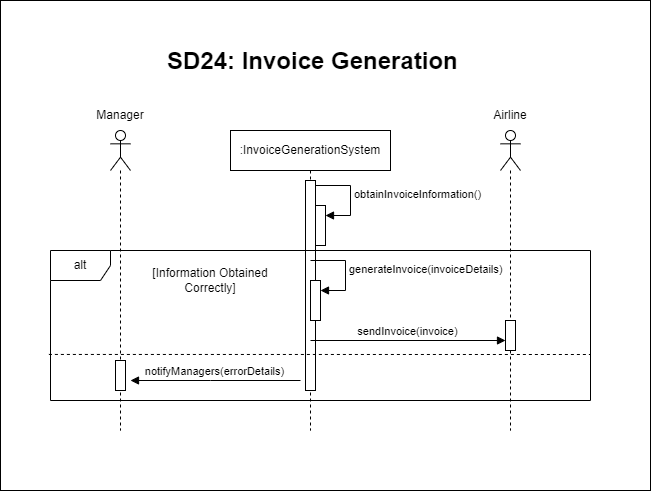
This is Diagramms/Sequence Diagrams/SequenceDiagram24.png from Smr002/Group01_Airport_Management_System, a draw.io export, as it was before one commit. Source tidied: cells renumbered, new cells last; positions are measured from the earlier drawing's top-left corner, leaving out a move shared by most shapes.
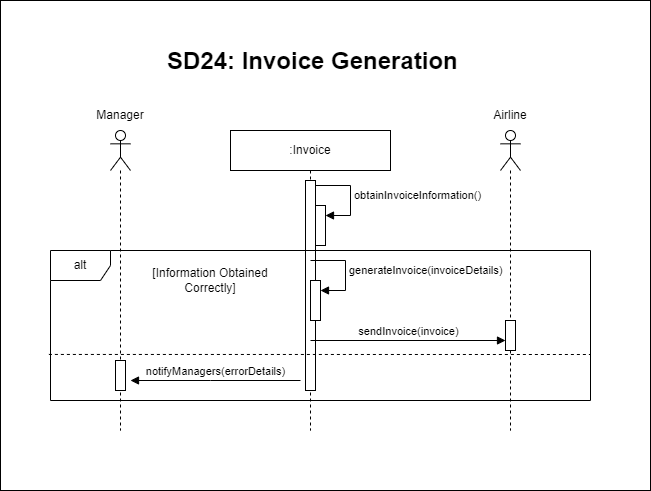
Later version of the same file.

What changed in the source:
```diff
@@ -17,7 +17,7 @@
     <mxCell id="6" value="Manager" style="text;strokeColor=none;align=center;fillColor=none;html=1;verticalAlign=middle;whiteSpace=wrap;rounded=0;" parent="1" vertex="1">
       <mxGeometry x="90" y="100" width="60" height="30" as="geometry" />
     </mxCell>
-    <mxCell id="7" value=":InvoiceGenerationSystem" style="shape=umlLifeline;perimeter=lifelinePerimeter;whiteSpace=wrap;html=1;newEdgeStyle={&quot;curved&quot;:0,&quot;rounded&quot;:0};" parent="1" vertex="1">
+    <mxCell id="7" value=":Invoice" style="shape=umlLifeline;perimeter=lifelinePerimeter;whiteSpace=wrap;html=1;newEdgeStyle={&quot;curved&quot;:0,&quot;rounded&quot;:0};" parent="1" vertex="1">
       <mxGeometry x="230" y="130" width="160" height="300" as="geometry" />
     </mxCell>
     <mxCell id="8" style="html=1;points=[[0,0,0,0,5],[0,1,0,0,-5],[1,0,0,0,5],[1,1,0,0,-5]];perimeter=orthogonalPerimeter;outlineConnect=0;targetShapes=umlLifeline;portConstraint=eastwest;newEdgeStyle={&quot;curved&quot;:0,&quot;rounded&quot;:0};" parent="7" vertex="1">
```
